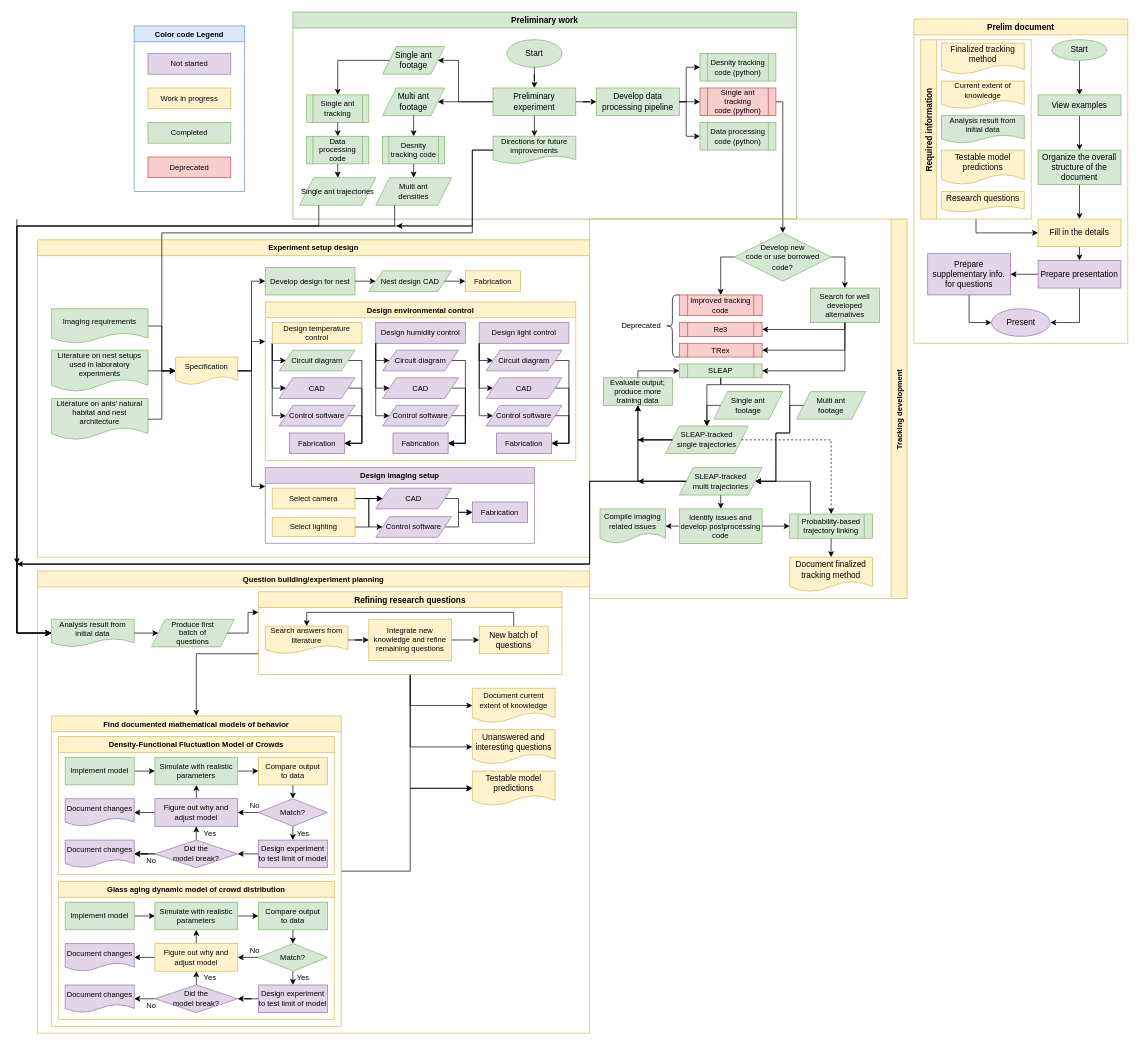
Before: research/Progress.drawio in MangledPotat0/diagramsRoot, a draw.io diagram. Source tidied: cells renumbered, new cells numbered last; positions are measured from the earlier drawing's top-left corner, leaving out a move shared by most shapes. Both pictures are drawn from the tidied source at 69%, with x=0, y=0 at pixel (17, 12).
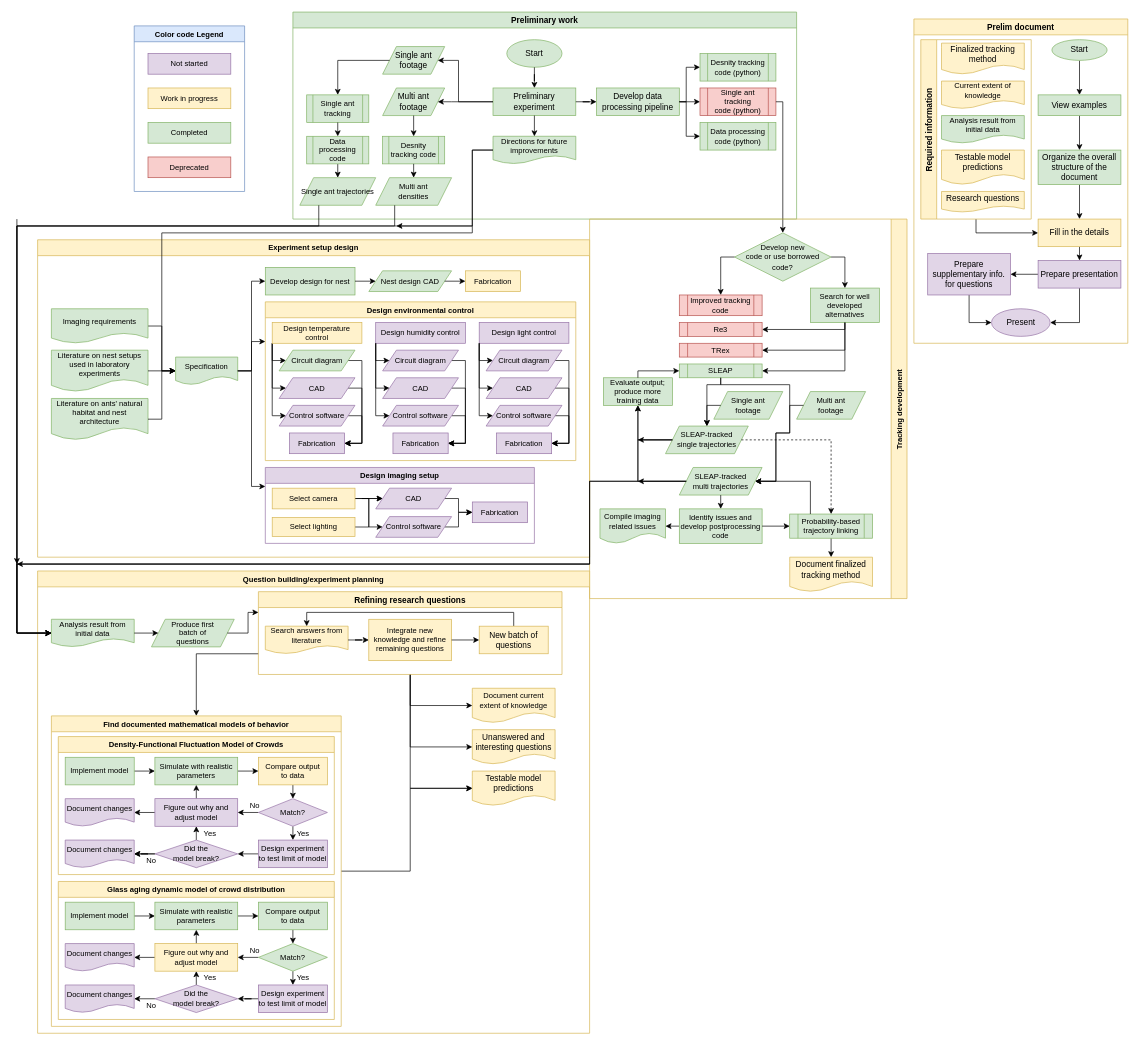
The same diagram, later.

Unchanged cells that the change refers to:
```xml
<mxCell id="31" value="Tracking development" style="swimlane;horizontal=0;fontSize=11;direction=west;fillColor=#fff2cc;strokeColor=#d6b656;" parent="1" vertex="1">
  <mxGeometry x="830" y="300" width="460" height="550" as="geometry" />
</mxCell>
<mxCell id="67" value="Experiment setup design" style="swimlane;fontSize=11;fillColor=#fff2cc;strokeColor=#d6b656;" parent="1" vertex="1">
  <mxGeometry x="30" y="330" width="800" height="460" as="geometry" />
</mxCell>
```

What changed in the source:
```diff
@@
-    <mxCell id="44" value="Deprecated" style="text;html=1;strokeColor=none;fillColor=none;align=center;verticalAlign=middle;whiteSpace=wrap;rounded=0;fontSize=11;" parent="31" vertex="1">
-      <mxGeometry x="40" y="140" width="70" height="30" as="geometry" />
-    </mxCell>
@@
-    <mxCell id="64" style="shape=curlyBracket;whiteSpace=wrap;html=1;rounded=1;flipH=1;fontSize=11;size=0.5;direction=west;" parent="31" vertex="1">
-      <mxGeometry x="110" y="110" width="20" height="90" as="geometry" />
-    </mxCell>
@@
-    <mxCell id="70" value="Specification" style="shape=document;whiteSpace=wrap;html=1;boundedLbl=1;fontSize=11;fillColor=#fff2cc;strokeColor=#d6b656;" parent="67" vertex="1">
+    <mxCell id="70" value="Specification" style="shape=document;whiteSpace=wrap;html=1;boundedLbl=1;fontSize=11;fillColor=#d5e8d4;strokeColor=#82b366;" parent="67" vertex="1">
       <mxGeometry x="200" y="170" width="90" height="40" as="geometry" />
     </mxCell>
```
